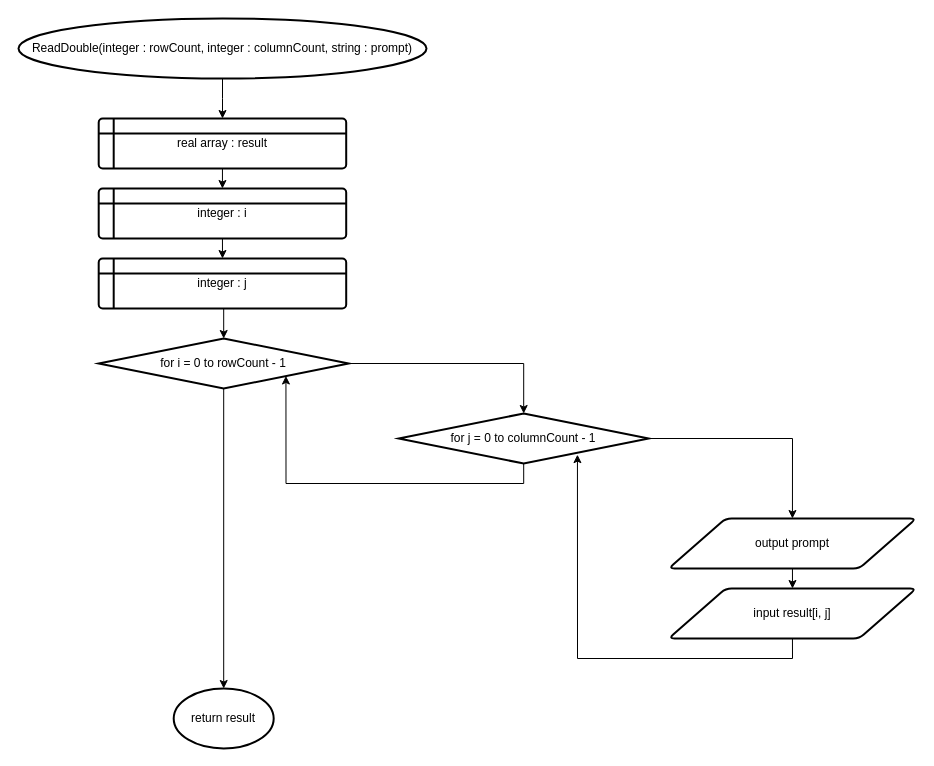
majacQ/CSharp---Exercise---Other---Laboratory-Work-4 keeps this draw.io diagram as page "Utils.Matrix" (3 of 5) of flowchart.drawio. Above is the earlier version. Source tidied: cells renumbered, new cells numbered last; positions are measured from the earlier drawing's top-left corner, leaving out a move shared by most shapes. Both pictures are drawn from the tidied source at 100%, with x=0, y=0 at pixel (18, 18).
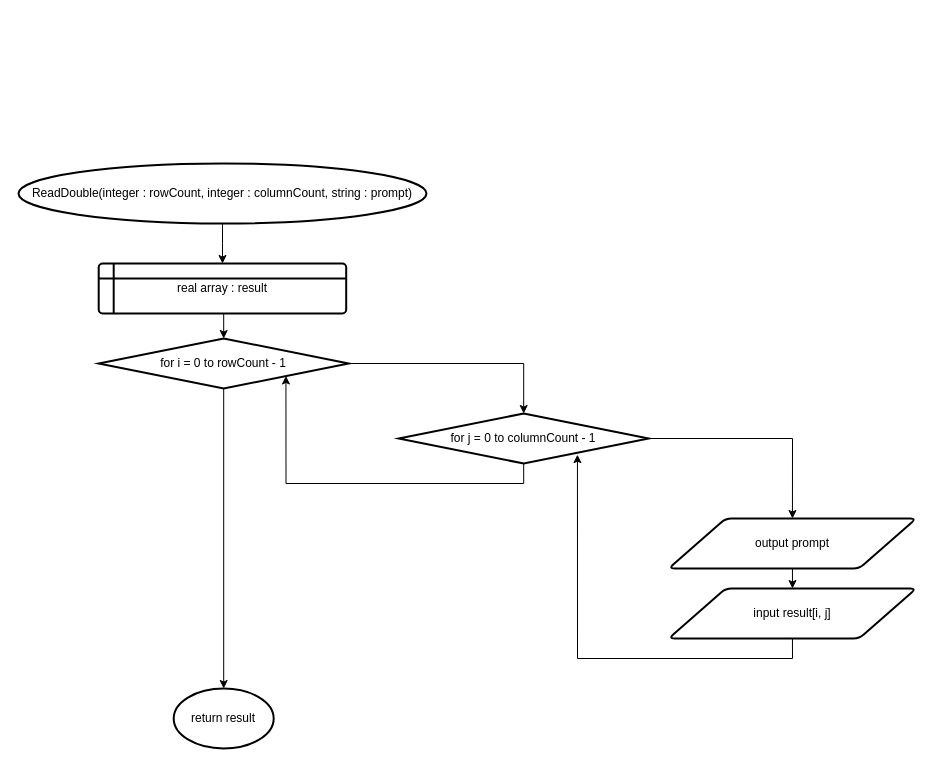
After the change.

Unchanged cells that the change refers to:
```xml
<mxCell id="9" value="for i = 0 to rowCount - 1" style="strokeWidth=2;html=1;shape=mxgraph.flowchart.decision;whiteSpace=wrap;" parent="1" vertex="1">
  <mxGeometry x="80.2" y="320" width="250" height="50" as="geometry" />
</mxCell>
```

The edit, as a diff of the source:
```diff
@@
     <mxCell id="2" value="ReadDouble(integer : rowCount, integer : columnCount, string : prompt)" style="strokeWidth=2;html=1;shape=mxgraph.flowchart.start_1;whiteSpace=wrap;" parent="1" vertex="1">
-      <mxGeometry width="408" height="60" as="geometry" />
+      <mxGeometry y="145" width="408" height="60" as="geometry" />
     </mxCell>
@@
-    <mxCell id="4" style="edgeStyle=orthogonalEdgeStyle;rounded=0;jettySize=auto;html=1;exitX=0.5;exitY=1;exitDx=0;exitDy=0;entryX=0.5;entryY=0;entryDx=0;entryDy=0;" parent="1" edge="1" source="5" target="11">
-      <mxGeometry relative="1" as="geometry" />
-    </mxCell>
+    <mxCell id="21" style="edgeStyle=orthogonalEdgeStyle;rounded=0;jettySize=auto;html=1;exitX=0.5;exitY=1;exitDx=0;exitDy=0;entryX=0.5;entryY=0;entryDx=0;entryDy=0;entryPerimeter=0;" parent="1" edge="1" source="5" target="9">
+      <mxGeometry relative="1" as="geometry" />
+    </mxCell>
     <mxCell id="5" value="real array : result" style="shape=internalStorage;whiteSpace=wrap;html=1;dx=15;dy=15;rounded=1;arcSize=8;strokeWidth=2;" parent="1" vertex="1">
-      <mxGeometry x="80.2" y="100" width="247.5" height="50" as="geometry" />
+      <mxGeometry x="80.2" y="245" width="247.5" height="50" as="geometry" />
     </mxCell>
@@
-    <mxCell id="10" style="edgeStyle=orthogonalEdgeStyle;rounded=0;jettySize=auto;html=1;exitX=0.5;exitY=1;exitDx=0;exitDy=0;" parent="1" edge="1" source="11" target="13">
-      <mxGeometry relative="1" as="geometry" />
+    <mxCell id="10" style="edgeStyle=orthogonalEdgeStyle;rounded=0;orthogonalLoop=1;jettySize=auto;html=1;exitX=0.5;exitY=1;exitDx=0;exitDy=0;" parent="1" edge="1">
+      <mxGeometry relative="1" as="geometry">
+        <mxPoint x="203.9" y="312" as="targetPoint" />
+      </mxGeometry>
     </mxCell>
-    <mxCell id="11" value="integer : i" style="shape=internalStorage;whiteSpace=wrap;html=1;dx=15;dy=15;rounded=1;arcSize=8;strokeWidth=2;" parent="1" vertex="1">
-      <mxGeometry x="80.2" y="170" width="247.5" height="50" as="geometry" />
-    </mxCell>
-    <mxCell id="12" style="edgeStyle=orthogonalEdgeStyle;rounded=0;jettySize=auto;html=1;exitX=0.5;exitY=1;exitDx=0;exitDy=0;entryX=0.5;entryY=0;entryDx=0;entryDy=0;entryPerimeter=0;" parent="1" edge="1" source="13" target="9">
-      <mxGeometry relative="1" as="geometry" />
-    </mxCell>
-    <mxCell id="13" value="integer : j" style="shape=internalStorage;whiteSpace=wrap;html=1;dx=15;dy=15;rounded=1;arcSize=8;strokeWidth=2;" parent="1" vertex="1">
-      <mxGeometry x="80.2" y="240" width="247.5" height="50" as="geometry" />
-    </mxCell>
```
